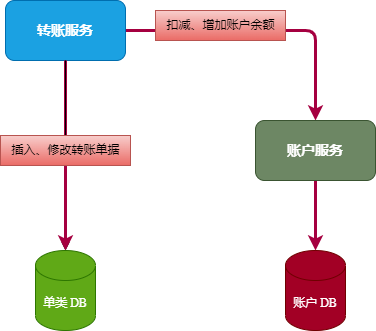
Above: 分布式事务/imgs/2-2-分布式架构.drawio.png in Gooddbird/treasure (draw.io), before the change. Source tidied: cells renumbered, new cells last; positions are measured from the earlier drawing's top-left corner, leaving out a move shared by most shapes. Its diagram source:
```xml
<mxGraphModel background="#ffffff">
  <root>
    <mxCell id="0" />
    <mxCell id="1" parent="0" />
    <mxCell id="2" style="edgeStyle=none;html=1;exitX=0.5;exitY=1;exitDx=0;exitDy=0;fontFamily=Times New Roman;startArrow=none;" parent="1" edge="1" source="12" target="6">
      <mxGeometry relative="1" as="geometry" />
    </mxCell>
    <mxCell id="3" style="edgeStyle=none;html=1;exitX=0.5;exitY=1;exitDx=0;exitDy=0;fontFamily=Times New Roman;strokeWidth=3;fillColor=#d80073;strokeColor=#A50040;startArrow=none;" parent="1" edge="1" source="12" target="6">
      <mxGeometry relative="1" as="geometry" />
    </mxCell>
    <mxCell id="4" style="edgeStyle=none;html=1;exitX=1;exitY=0.5;exitDx=0;exitDy=0;entryX=0.5;entryY=0;entryDx=0;entryDy=0;fillColor=#d80073;strokeColor=#A50040;strokeWidth=3;" parent="1" edge="1" source="5" target="9">
      <mxGeometry relative="1" as="geometry">
        <Array as="points">
          <mxPoint x="315" y="30" />
        </Array>
      </mxGeometry>
    </mxCell>
    <mxCell id="5" value="&lt;h3&gt;&lt;font&gt;转账服务&lt;/font&gt;&lt;/h3&gt;" style="rounded=1;whiteSpace=wrap;html=1;fillColor=#1ba1e2;fontColor=#ffffff;strokeColor=#006EAF;fontFamily=Times New Roman;" parent="1" vertex="1">
      <mxGeometry x="5" width="120" height="60" as="geometry" />
    </mxCell>
    <mxCell id="6" value="单类 DB" style="shape=cylinder3;whiteSpace=wrap;html=1;boundedLbl=1;backgroundOutline=1;size=15;fontFamily=Times New Roman;fillColor=#60a917;fontColor=#ffffff;strokeColor=#2D7600;" parent="1" vertex="1">
      <mxGeometry x="35" y="250" width="60" height="80" as="geometry" />
    </mxCell>
    <mxCell id="7" value="账户 DB" style="shape=cylinder3;whiteSpace=wrap;html=1;boundedLbl=1;backgroundOutline=1;size=15;fontFamily=Times New Roman;fillColor=#a20025;fontColor=#ffffff;strokeColor=#6F0000;" parent="1" vertex="1">
      <mxGeometry x="285" y="250" width="60" height="80" as="geometry" />
    </mxCell>
    <mxCell id="8" style="edgeStyle=none;html=1;exitX=0.5;exitY=1;exitDx=0;exitDy=0;strokeWidth=3;fillColor=#d80073;strokeColor=#A50040;" parent="1" edge="1" source="9" target="7">
      <mxGeometry relative="1" as="geometry" />
    </mxCell>
    <mxCell id="9" value="&lt;h3&gt;&lt;font&gt;账户服务&lt;/font&gt;&lt;/h3&gt;" style="rounded=1;whiteSpace=wrap;html=1;fillColor=#6d8764;fontColor=#ffffff;strokeColor=#3A5431;fontFamily=Times New Roman;" parent="1" vertex="1">
      <mxGeometry x="255" y="120" width="120" height="60" as="geometry" />
    </mxCell>
    <mxCell id="10" style="edgeStyle=none;html=1;exitX=0.5;exitY=1;exitDx=0;exitDy=0;fontFamily=Times New Roman;strokeWidth=3;fillColor=#d80073;strokeColor=#A50040;endArrow=none;" parent="1" edge="1" source="5" target="12">
      <mxGeometry relative="1" as="geometry" />
    </mxCell>
    <mxCell id="11" style="edgeStyle=none;html=1;exitX=0.5;exitY=1;exitDx=0;exitDy=0;fontFamily=Times New Roman;endArrow=none;" parent="1" edge="1" source="5" target="12">
      <mxGeometry relative="1" as="geometry" />
    </mxCell>
    <mxCell id="12" value="&lt;font style=&quot;font-size: 12px;&quot;&gt;插入、修改转账单据&lt;/font&gt;" style="text;html=1;align=center;verticalAlign=middle;points=[];fillColor=#f8cecc;gradientColor=#ea6b66;strokeColor=#b85450;" parent="1" vertex="1">
      <mxGeometry y="135" width="130" height="30" as="geometry" />
    </mxCell>
    <mxCell id="13" value="&lt;font style=&quot;font-size: 12px;&quot;&gt;扣减、增加账户余额&lt;/font&gt;" style="text;html=1;align=center;verticalAlign=middle;points=[];fillColor=#f8cecc;gradientColor=#ea6b66;strokeColor=#b85450;" parent="1" vertex="1">
      <mxGeometry x="155" y="10" width="130" height="30" as="geometry" />
    </mxCell>
  </root>
</mxGraphModel>
```
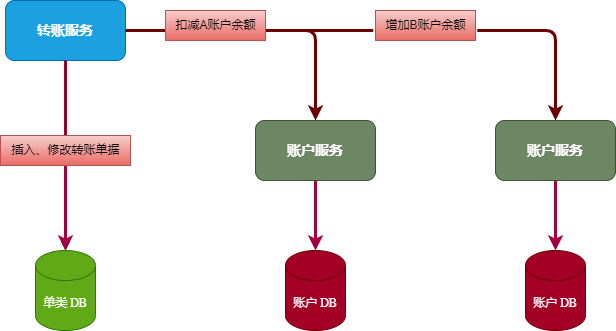
The same diagram one commit later.

Change to the diagram source:
```diff
@@ -8,13 +8,20 @@
     <mxCell id="3" style="edgeStyle=none;html=1;exitX=0.5;exitY=1;exitDx=0;exitDy=0;fontFamily=Times New Roman;strokeWidth=3;fillColor=#d80073;strokeColor=#A50040;startArrow=none;" parent="1" edge="1" source="12" target="6">
       <mxGeometry relative="1" as="geometry" />
     </mxCell>
-    <mxCell id="4" style="edgeStyle=none;html=1;exitX=1;exitY=0.5;exitDx=0;exitDy=0;entryX=0.5;entryY=0;entryDx=0;entryDy=0;fillColor=#d80073;strokeColor=#A50040;strokeWidth=3;" parent="1" edge="1" source="5" target="9">
+    <mxCell id="4" style="edgeStyle=none;html=1;exitX=1;exitY=0.5;exitDx=0;exitDy=0;entryX=0.5;entryY=0;entryDx=0;entryDy=0;fillColor=#a20025;strokeColor=#6F0000;strokeWidth=3;" parent="1" edge="1" source="5" target="9">
       <mxGeometry relative="1" as="geometry">
         <Array as="points">
           <mxPoint x="315" y="30" />
         </Array>
       </mxGeometry>
     </mxCell>
+    <mxCell id="14" style="edgeStyle=none;html=1;exitX=1.018;exitY=0.667;exitDx=0;exitDy=0;entryX=0.5;entryY=0;entryDx=0;entryDy=0;fillColor=#a20025;strokeColor=#6F0000;strokeWidth=3;startArrow=none;exitPerimeter=0;" parent="1" edge="1" source="19" target="17">
+      <mxGeometry relative="1" as="geometry">
+        <Array as="points">
+          <mxPoint x="555" y="30" />
+        </Array>
+      </mxGeometry>
+    </mxCell>
     <mxCell id="5" value="&lt;h3&gt;&lt;font&gt;转账服务&lt;/font&gt;&lt;/h3&gt;" style="rounded=1;whiteSpace=wrap;html=1;fillColor=#1ba1e2;fontColor=#ffffff;strokeColor=#006EAF;fontFamily=Times New Roman;" parent="1" vertex="1">
       <mxGeometry x="5" width="120" height="60" as="geometry" />
     </mxCell>
@@ -39,8 +46,30 @@
     <mxCell id="12" value="&lt;font style=&quot;font-size: 12px;&quot;&gt;插入、修改转账单据&lt;/font&gt;" style="text;html=1;align=center;verticalAlign=middle;points=[];fillColor=#f8cecc;gradientColor=#ea6b66;strokeColor=#b85450;" parent="1" vertex="1">
       <mxGeometry y="135" width="130" height="30" as="geometry" />
     </mxCell>
+    <mxCell id="15" value="账户 DB" style="shape=cylinder3;whiteSpace=wrap;html=1;boundedLbl=1;backgroundOutline=1;size=15;fontFamily=Times New Roman;fillColor=#a20025;fontColor=#ffffff;strokeColor=#6F0000;" parent="1" vertex="1">
+      <mxGeometry x="525" y="250" width="60" height="80" as="geometry" />
+    </mxCell>
+    <mxCell id="16" style="edgeStyle=none;html=1;exitX=0.5;exitY=1;exitDx=0;exitDy=0;strokeWidth=3;fillColor=#d80073;strokeColor=#A50040;" parent="1" edge="1" source="17" target="15">
+      <mxGeometry relative="1" as="geometry" />
+    </mxCell>
+    <mxCell id="17" value="&lt;h3&gt;&lt;font&gt;账户服务&lt;/font&gt;&lt;/h3&gt;" style="rounded=1;whiteSpace=wrap;html=1;fillColor=#6d8764;fontColor=#ffffff;strokeColor=#3A5431;fontFamily=Times New Roman;" parent="1" vertex="1">
+      <mxGeometry x="495" y="120" width="120" height="60" as="geometry" />
+    </mxCell>
+    <mxCell id="18" style="edgeStyle=none;html=1;exitX=1;exitY=0.5;exitDx=0;exitDy=0;fillColor=#a20025;strokeColor=#6F0000;strokeWidth=3;endArrow=none;entryX=-0.023;entryY=0.667;entryDx=0;entryDy=0;entryPerimeter=0;startArrow=none;" parent="1" edge="1" source="13" target="19">
+      <mxGeometry relative="1" as="geometry">
+        <Array as="points">
+          <mxPoint x="245" y="30" />
+        </Array>
+      </mxGeometry>
+    </mxCell>
+    <mxCell id="19" value="&lt;font style=&quot;font-size: 12px;&quot;&gt;增加B账户余额&lt;/font&gt;" style="text;html=1;align=center;verticalAlign=middle;points=[];fillColor=#f8cecc;gradientColor=#ea6b66;strokeColor=#b85450;" parent="1" vertex="1">
+      <mxGeometry x="375" y="10" width="100" height="30" as="geometry" />
+    </mxCell>
+    <mxCell id="20" style="edgeStyle=none;html=1;exitX=1;exitY=0.5;exitDx=0;exitDy=0;fillColor=#a20025;strokeColor=#6F0000;strokeWidth=3;endArrow=none;entryX=-0.023;entryY=0.667;entryDx=0;entryDy=0;entryPerimeter=0;" parent="1" edge="1" source="5" target="13">
+      <mxGeometry relative="1" as="geometry" />
+    </mxCell>
-    <mxCell id="13" value="&lt;font style=&quot;font-size: 12px;&quot;&gt;扣减、增加账户余额&lt;/font&gt;" style="text;html=1;align=center;verticalAlign=middle;points=[];fillColor=#f8cecc;gradientColor=#ea6b66;strokeColor=#b85450;" parent="1" vertex="1">
-      <mxGeometry x="155" y="10" width="130" height="30" as="geometry" />
+    <mxCell id="13" value="&lt;font style=&quot;font-size: 12px;&quot;&gt;扣减A账户余额&lt;/font&gt;" style="text;html=1;align=center;verticalAlign=middle;points=[];fillColor=#f8cecc;gradientColor=#ea6b66;strokeColor=#b85450;" parent="1" vertex="1">
+      <mxGeometry x="165" y="10" width="100" height="30" as="geometry" />
     </mxCell>
   </root>
 </mxGraphModel>
```
